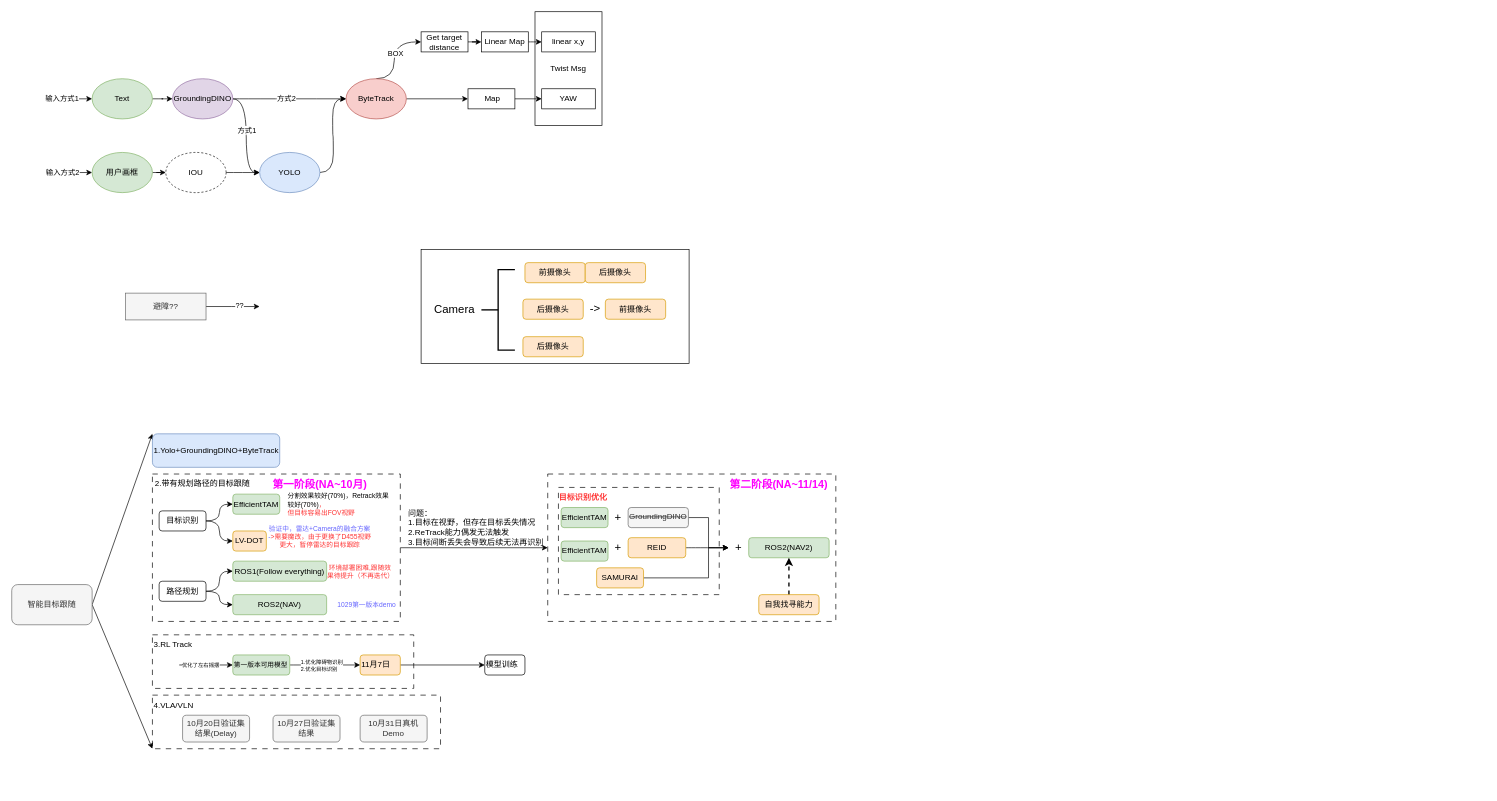
mailonghua/drawio keeps this draw.io diagram as LLM/经典跟踪方法.drawio. Above is the earlier version. Source tidied: cells renumbered, new cells numbered last; positions are measured from the earlier drawing's top-left corner, leaving out a move shared by most shapes. Both pictures are drawn from the tidied source at 67%, with x=0, y=0 at pixel (11, 11).
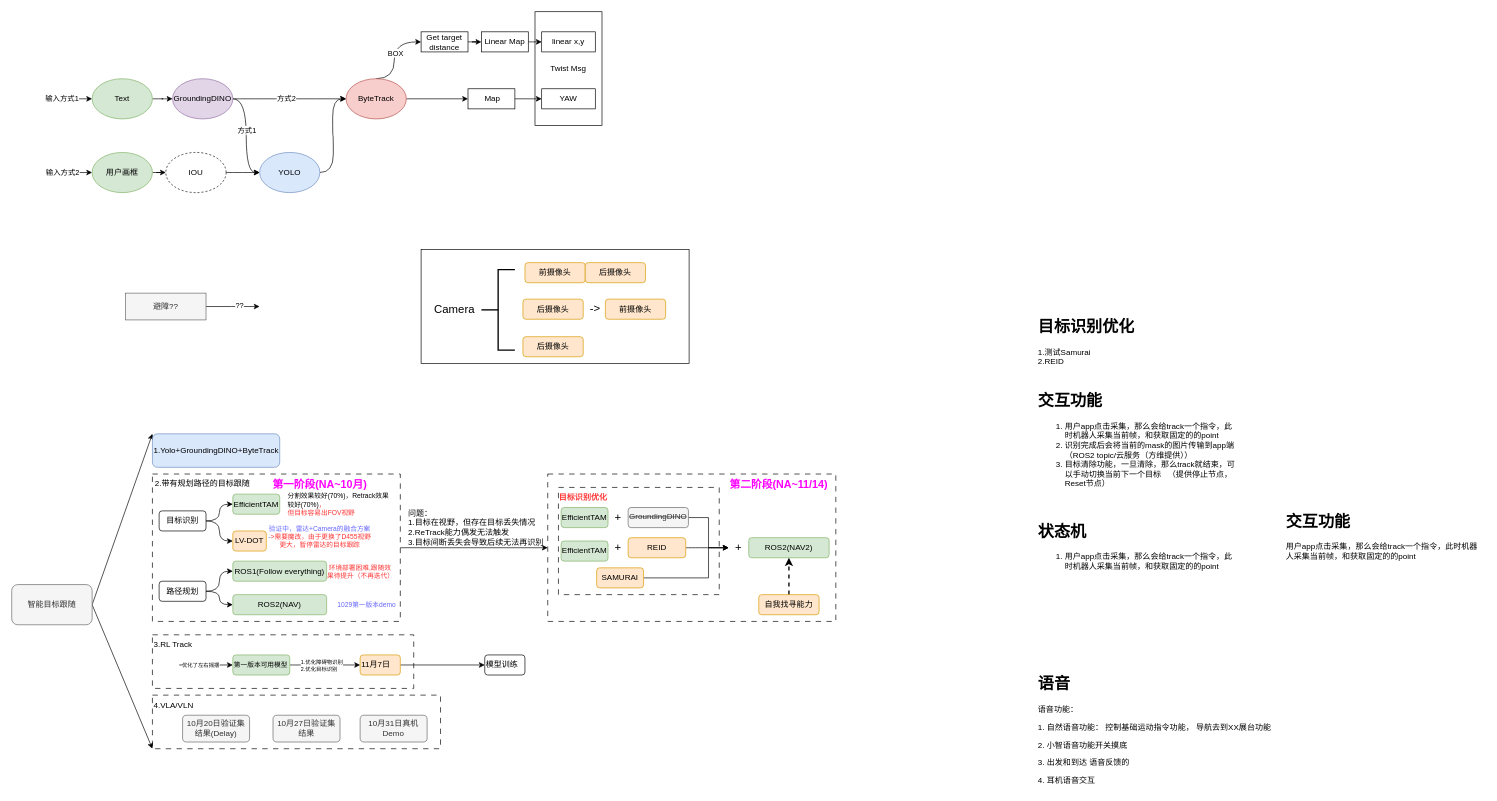
The same page after the edit.

Commit message:
更新经典跟踪方法.drawio

Change to the diagram source:
```diff
@@
+    <mxCell id="100" value="&lt;h1 style=&quot;margin-top: 0px;&quot;&gt;目标识别优化&lt;/h1&gt;&lt;p&gt;1.测试Samurai&lt;br&gt;2.REID&lt;/p&gt;" style="text;html=1;whiteSpace=wrap;overflow=hidden;rounded=0;" parent="1" vertex="1">
+      <mxGeometry x="1530" y="450" width="180" height="90" as="geometry" />
+    </mxCell>
+    <mxCell id="101" value="&lt;h1 style=&quot;margin-top: 0px;&quot;&gt;语音&lt;/h1&gt;&lt;p&gt;&lt;span style=&quot;background-color: transparent;&quot;&gt;语音功能：&lt;/span&gt;&lt;/p&gt;&lt;p&gt;1. 自然语音功能： 控制基础运动指令功能， 导航去到XX展台功能&lt;/p&gt;&lt;p&gt;&lt;span style=&quot;background-color: transparent; color: light-dark(rgb(0, 0, 0), rgb(255, 255, 255));&quot;&gt;2. 小智语音功能开关摸底&lt;/span&gt;&lt;/p&gt;&lt;p&gt;3. 出发和到达 语音反馈的&lt;/p&gt;&lt;p&gt;4. 耳机语音交互&lt;/p&gt;" style="text;html=1;whiteSpace=wrap;overflow=hidden;rounded=0;" parent="1" vertex="1">
+      <mxGeometry x="1530" y="982.5" width="370" height="175" as="geometry" />
+    </mxCell>
+    <mxCell id="102" value="&lt;h1 style=&quot;margin-top: 0px;&quot;&gt;交互功能&lt;/h1&gt;&lt;p&gt;&lt;/p&gt;&lt;ol&gt;&lt;li&gt;用户app点击采集，那么会给track一个指令，此时机器人采集当前帧，和获取固定的的point&lt;/li&gt;&lt;li&gt;识别完成后会将当前的mask的图片传输到app端（ROS2 topic/云服务（方维提供））&lt;/li&gt;&lt;li&gt;目标清除功能，一旦清除，那么track就结束，可以手动切换当前下一个目标&amp;nbsp; &amp;nbsp;（提供停止节点，Reset节点）&lt;/li&gt;&lt;/ol&gt;&lt;p&gt;&lt;/p&gt;" style="text;html=1;whiteSpace=wrap;overflow=hidden;rounded=0;" parent="1" vertex="1">
+      <mxGeometry x="1530" y="560" width="300" height="170" as="geometry" />
+    </mxCell>
+    <mxCell id="103" value="&lt;h1 style=&quot;margin-top: 0px;&quot;&gt;交互功能&lt;/h1&gt;&lt;p&gt;用户app点击采集，那么会给track一个指令，此时机器人采集当前帧，和获取固定的的point&lt;br&gt;&lt;/p&gt;" style="text;html=1;whiteSpace=wrap;overflow=hidden;rounded=0;" parent="1" vertex="1">
+      <mxGeometry x="1900" y="740" width="300" height="90" as="geometry" />
+    </mxCell>
+    <mxCell id="104" value="&lt;h1 style=&quot;margin-top: 0px;&quot;&gt;状态机&lt;/h1&gt;&lt;p&gt;&lt;/p&gt;&lt;ol&gt;&lt;li&gt;用户app点击采集，那么会给track一个指令，此时机器人采集当前帧，和获取固定的的point&lt;/li&gt;&lt;/ol&gt;&lt;p&gt;&lt;/p&gt;" style="text;html=1;whiteSpace=wrap;overflow=hidden;rounded=0;" parent="1" vertex="1">
+      <mxGeometry x="1530" y="755" width="300" height="90" as="geometry" />
+    </mxCell>
```
